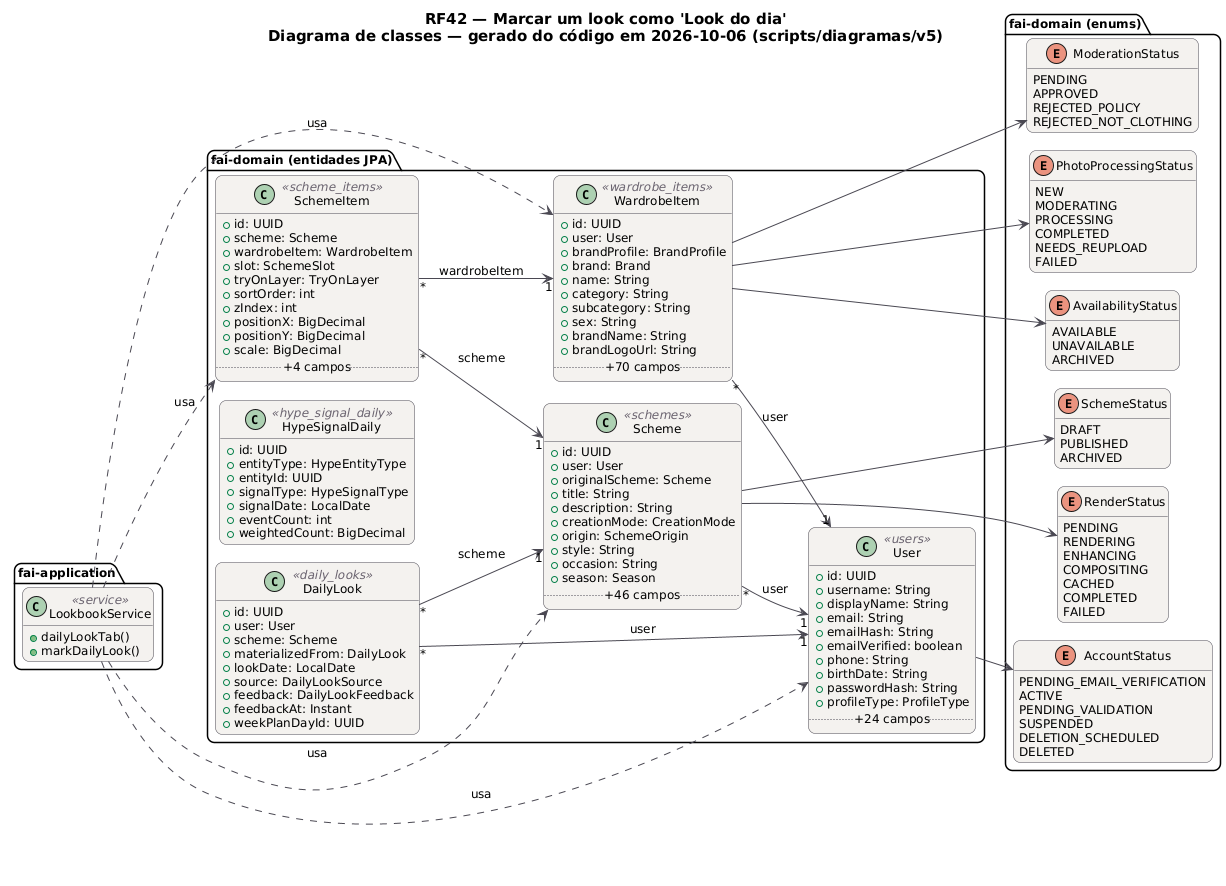
Before: docs/diagramas/RF42/RF42_Classes.png, a diagram exported from PlantUML (MatheusHaliski/tcc-2026-fashion-ai-backend).
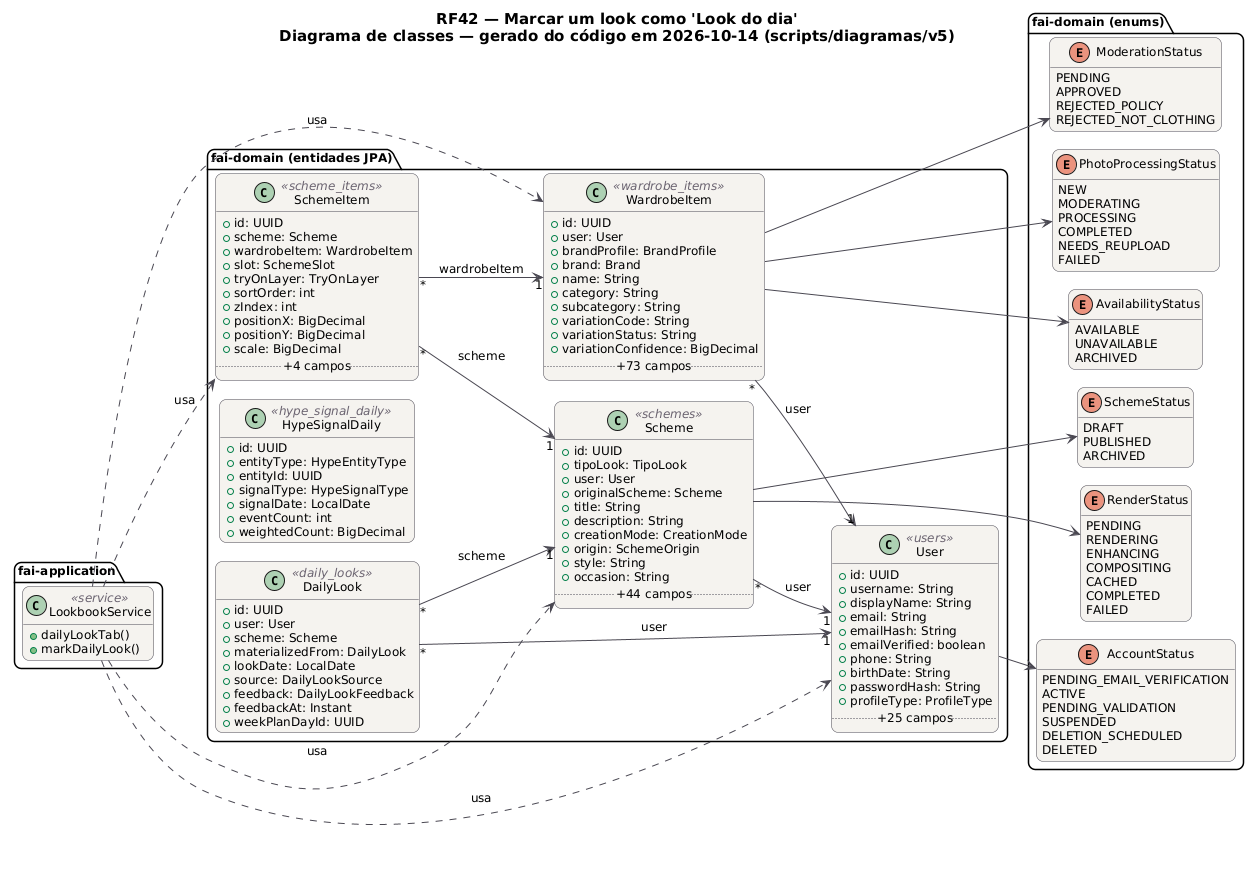
After the change.

The edit, as a diff of the source:
```diff
@@ -20,7 +20,7 @@
 }
 hide empty members
 left to right direction
-title RF42 — Marcar um look como 'Look do dia'\nDiagrama de classes — gerado do código em 2026-10-06 (scripts/diagramas/v5)
+title RF42 — Marcar um look como 'Look do dia'\nDiagrama de classes — gerado do código em 2026-10-14 (scripts/diagramas/v5)
 
 package "fai-domain (entidades JPA)" {
   class DailyLook <<daily_looks>> {
@@ -45,6 +45,7 @@
   }
   class Scheme <<schemes>> {
     +id: UUID
+    +tipoLook: TipoLook
     +user: User
     +originalScheme: Scheme
     +title: String
@@ -53,8 +54,7 @@
     +origin: SchemeOrigin
     +style: String
     +occasion: String
-    +season: Season
-    .. +46 campos ..
+    .. +44 campos ..
   }
   class SchemeItem <<scheme_items>> {
     +id: UUID
@@ -80,7 +80,7 @@
     +birthDate: String
     +passwordHash: String
     +profileType: ProfileType
-    .. +24 campos ..
+    .. +25 campos ..
   }
   class WardrobeItem <<wardrobe_items>> {
     +id: UUID
@@ -90,10 +90,10 @@
     +name: String
     +category: String
     +subcategory: String
-    +sex: String
-    +brandName: String
-    +brandLogoUrl: String
-    .. +70 campos ..
+    +variationCode: String
+    +variationStatus: String
+    +variationConfidence: BigDecimal
+    .. +73 campos ..
   }
 }
 package "fai-domain (enums)" {
```
